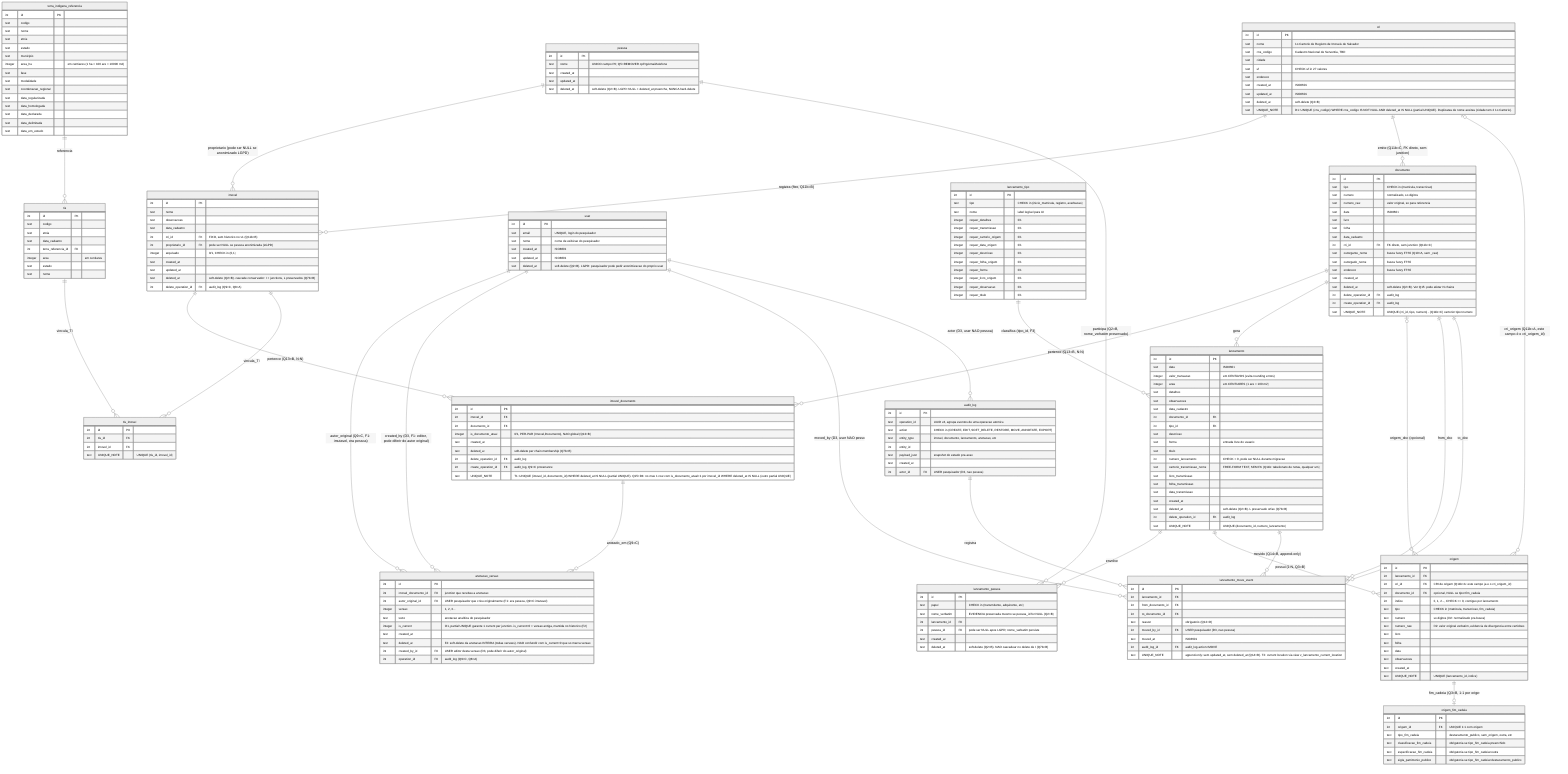
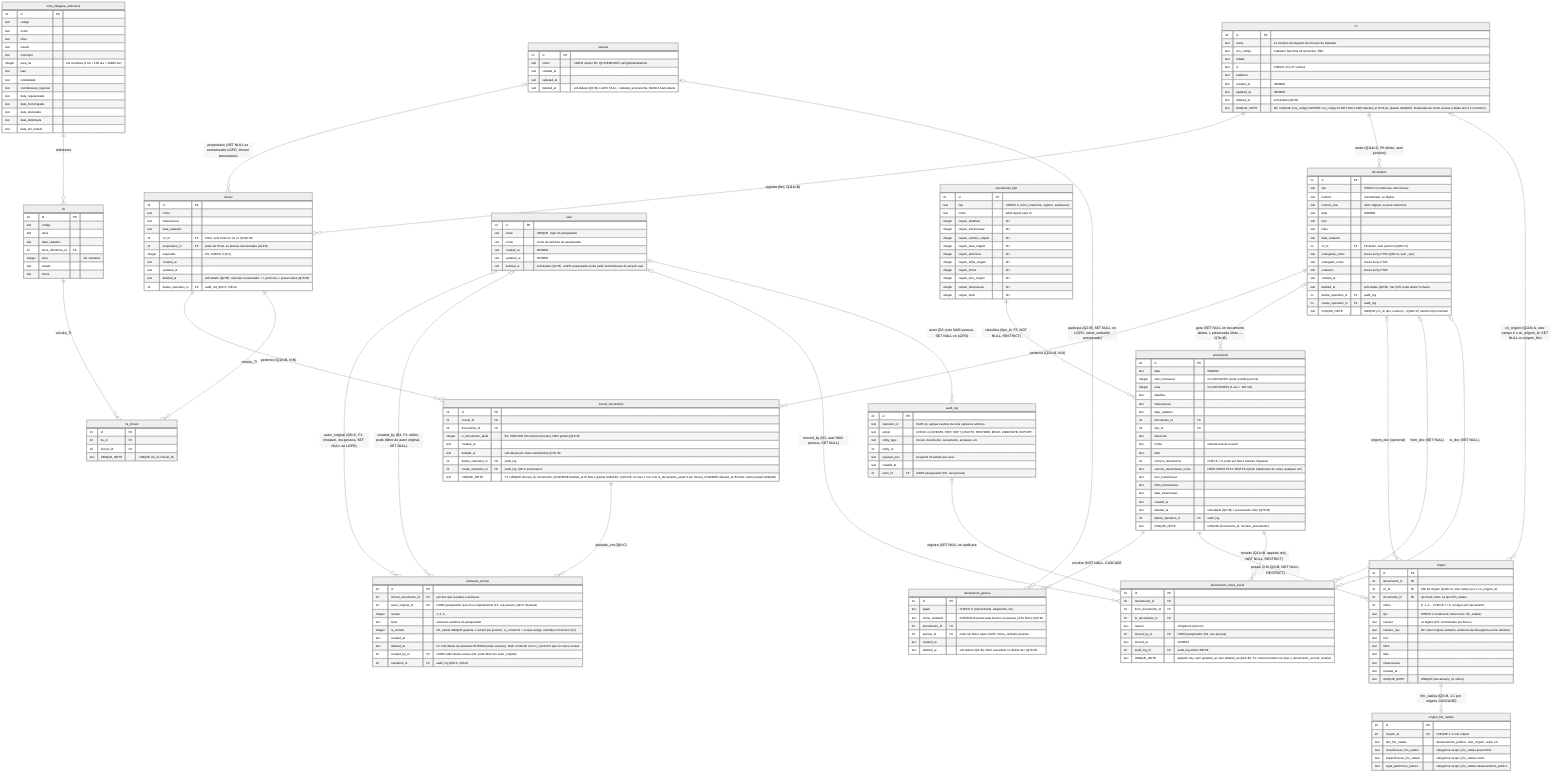
%%{init: {"theme":"neutral","er":{"layoutDirection":"LR","minEntityWidth":180,"minEntityHeight":90,"entityPadding":12},"themeVariables":{"fontSize":"12px"}}}%%
%% ERD v2 — Cadeia Dominial
%% Decisões: ver docs/db/SCHEMA_DECISOES_PENDENTES.md (Q1-Q15, Q11b, D1-D4, T1-T4)
%% Convenções SQLite/D1: TEXT ISO8601 p/ datas, INTEGER 0/1 p/ bool, INTEGER centavos p/ money
%% CHECK constraints vão via migration Drizzle (Mermaid interpreta -- e | em comentários)
%% Soft-delete: deleted_at TEXT NULL em todas as tabelas relevantes (Q2=B)
%% ============================================================================
%% ⚠️ T4 — Mermaid NÃO é schema. UNIQUE_NOTE é só documentação visual.
%%    A versão canônica é a Drizzle migration (T-101). Partial UNIQUE indexes
%%    (`WHERE deleted_at IS NULL`), CHECK constraints, FTS5 sync triggers,
%%    e a view v_lancamento_current_location (T2) NÃO aparecem no .mmd —
%%    aplicar via migration Drizzle + SQL DDL.
%% ============================================================================
erDiagram
    cri ||--o{ imovel : "registra (fixo, Q11b=B)"
    cri ||--o{ documento : "emite (Q11b=C, FK direto, sem junction)"
    imovel ||--o{ imovel_documento : "pertence (Q13=B, N:N)"
    documento ||--o{ imovel_documento : "pertence (Q13=B, N:N)"
    imovel_documento ||--o{ anotacao_versao : "anotado_em (Q9=C)"
-     user ||--o{ anotacao_versao : "autor_original (Q9=C, F1: imutavel, era pessoa)"
-     user ||--o{ anotacao_versao : "created_by (D3, F1: editor, pode diferir do autor original)"
-     user ||--o{ lancamento_move_event : "moved_by (D3, user NAO pessoa)"
-     user ||--o{ audit_log : "actor (D3, user NAO pessoa)"
-     pessoa ||--o{ imovel : "proprietario (pode ser NULL se anonimizado LGPD)"
-     pessoa ||--o{ lancamento_pessoa : "participa (Q2=B, nome_verbatim preservado)"
-     lancamento ||--o{ lancamento_pessoa : "envolve"
-     lancamento_tipo ||--o{ lancamento : "classifica (tipo_id, F3)"
-     documento ||--o{ lancamento : "gera"
+     user o|--o{ anotacao_versao : "autor_original (Q9=C, F1: imutavel, era pessoa, SET NULL on LGPD)"
+     user o|--o{ anotacao_versao : "created_by (D3, F1: editor, pode diferir do autor original, SET NULL)"
+     user o|--o{ lancamento_move_event : "moved_by (D3, user NAO pessoa, SET NULL)"
+     user o|--o{ audit_log : "actor (D3, user NAO pessoa, SET NULL on LGPD)"
+     pessoa o|--o{ imovel : "proprietario (SET NULL se anonimizado LGPD, imovel preservado)"
+     pessoa o|--o{ lancamento_pessoa : "participa (Q2=B, SET NULL on LGPD, nome_verbatim preservado)"
+     lancamento ||--o{ lancamento_pessoa : "envolve (NOT NULL, CASCADE)"
+     lancamento_tipo ||--o{ lancamento : "classifica (tipo_id, F3, NOT NULL, RESTRICT)"
+     documento o|--o{ lancamento : "gera (SET NULL on documento delete, L preservado orfao — Q7b=B)"
    documento o|--o{ origem : "origem_doc (opcional)"
-     lancamento ||--o{ origem : "possui (1:N, Q3=B)"
-     origem ||--o| origem_fim_cadeia : "fim_cadeia (Q3=B, 1:1 por origem)"
-     cri o|--o{ origem : "cri_origem (Q11b=A, este campo é o cri_origem_id)"
-     lancamento ||--o{ lancamento_move_event : "movido (Q14=B, append-only)"
-     documento ||--o{ lancamento_move_event : "from_doc"
-     documento ||--o{ lancamento_move_event : "to_doc"
-     audit_log ||--o{ lancamento_move_event : "registra"
+     lancamento ||--o{ origem : "possui (1:N, Q3=B, NOT NULL, RESTRICT)"
+     origem ||--o| origem_fim_cadeia : "fim_cadeia (Q3=B, 1:1 por origem, CASCADE)"
+     cri o|--o{ origem : "cri_origem (Q11b=A, este campo é o cri_origem_id, SET NULL on origem_fim)"
+     lancamento ||--o{ lancamento_move_event : "movido (Q14=B, append-only, NOT NULL, RESTRICT)"
+     documento o|--o{ lancamento_move_event : "from_doc (SET NULL)"
+     documento o|--o{ lancamento_move_event : "to_doc (SET NULL)"
+     audit_log o|--o{ lancamento_move_event : "registra (SET NULL on audit purge)"
    imovel ||--o{ tis_imovel : "vincula_TI"
    tis ||--o{ tis_imovel : "vincula_TI"
    terra_indigena_referencia ||--o{ tis : "referencia"

    cri {
        int id PK
        text nome "1o Cartorio de Registro de Imoveis de Salvador"
        text cns_codigo "Cadastro Nacional de Serventia, TBD"
        text cidade
        text uf "CHECK uf in 27 valores"
        text endereco
        text created_at "ISO8601"
        text updated_at "ISO8601"
        text deleted_at "soft-delete (Q2=B)"
        text UNIQUE_NOTE "D1: UNIQUE (cns_codigo) WHERE cns_codigo IS NOT NULL AND deleted_at IS NULL (partial UNIQUE). Duplicatas de nome aceitas (cidade tem 2 1o Cartorio)."
    }

    user {
        int id PK
        text email "UNIQUE, login do pesquisador"
        text nome "nome de exibicao do pesquisador"
        text created_at "ISO8601"
        text updated_at "ISO8601"
        text deleted_at "soft-delete (Q2=B). LGPD: pesquisador pode pedir anonimizacao do proprio user"
    }

    pessoa {
        int id PK
        text nome "UNICO campo PII; Q5=REMOVER cpf/rg/email/telefone"
        text created_at
        text updated_at
        text deleted_at "soft-delete (Q2=B). LGPD: NULL + deleted_at preenche, NUNCA hard-delete"
    }

    imovel {
        int id PK
        text nome
        text observacoes
        text data_cadastro
        int cri_id FK "FIXO, sem historico no v1 (Q11b=B)"
        int proprietario_id FK "pode ser NULL se pessoa anonimizada (LGPD)"
        integer arquivado "0/1, CHECK in (0,1)"
        text created_at
        text updated_at
        text deleted_at "soft-delete (Q2=B). cascade conservador: I + junctions, L preservados (Q7b=B)"
        int delete_operation_id FK "audit_log (Q9=C, Q8=A)"
    }

    imovel_documento {
        int id PK
        int imovel_id FK
        int documento_id FK
        integer is_documento_atual "0/1, PER-PAR (Imovel,Documento), NAO global (Q13=B)"
        text created_at
        text deleted_at "soft-delete per chain membership (Q7b=B)"
        int delete_operation_id FK "audit_log"
        int create_operation_id FK "audit_log, Q9=C provenance"
        text UNIQUE_NOTE "T1: UNIQUE (imovel_id, documento_id) WHERE deleted_at IS NULL (partial UNIQUE). Q15=D4: no max 1 row com is_documento_atual=1 por imovel_id WHERE deleted_at IS NULL (outro partial UNIQUE)"
    }

    documento {
        int id PK
        text tipo "CHECK in (matricula, transcricao)"
        text numero "normalizado, so digitos"
        text numero_raw "valor original, so para referencia"
        text data "ISO8601"
        text livro
        text folha
        text data_cadastro
        int cri_id FK "FK direto, sem junction (Q11b=C)"
        text outorgante_nome "busca fuzzy FTS5 (Q10=A, sem _raw)"
        text outorgado_nome "busca fuzzy FTS5"
        text endereco "busca fuzzy FTS5"
        text created_at
        text deleted_at "soft-delete (Q2=B). Ver Q15: pode afetar N chains"
        int delete_operation_id FK "audit_log"
        int create_operation_id FK "audit_log"
        text UNIQUE_NOTE "UNIQUE (cri_id, tipo, numero) - (Q11b=C) cartorio+tipo+numero"
    }

    lancamento_tipo {
        int id PK
        text tipo "CHECK in (inicio_matricula, registro, averbacao)"
        text nome "label legivel para UI"
        integer requer_detalhes "0/1"
        integer requer_transmissao "0/1"
        integer requer_cartorio_origem "0/1"
        integer requer_data_origem "0/1"
        integer requer_descricao "0/1"
        integer requer_folha_origem "0/1"
        integer requer_forma "0/1"
        integer requer_livro_origem "0/1"
        integer requer_observacao "0/1"
        integer requer_titulo "0/1"
    }

    lancamento {
        int id PK
        text data "ISO8601"
        integer valor_transacao "em CENTAVOS (evita rounding errors)"
        integer area "em CENTIARES (1 are = 100 m2)"
        text detalhes
        text observacoes
        text data_cadastro
        int documento_id FK
        int tipo_id FK
        text descricao
        text forma "entrada livre do usuario"
        text titulo
        int numero_lancamento "CHECK > 0, pode ser NULL durante migracao"
        text cartorio_transmissao_nome "FREE-FORM TEXT, SEM FK (Q11b: tabelionato de notas, qualquer um)"
        text livro_transmissao
        text folha_transmissao
        text data_transmissao
        text created_at
        text deleted_at "soft-delete (Q2=B). L preservado orfao (Q7b=B)"
        int delete_operation_id FK "audit_log"
        text UNIQUE_NOTE "UNIQUE (documento_id, numero_lancamento)"
    }

    lancamento_pessoa {
        int id PK
        text papel "CHECK in (transmitente, adquirente, etc)"
        text nome_verbatim "EVIDENCIA preservada mesmo se pessoa_id for NULL (Q2=B)"
        int lancamento_id FK
        int pessoa_id FK "pode ser NULL apos LGPD; nome_verbatim persiste"
        text created_at
        text deleted_at "soft-delete (Q2=B). NAO cascadear no delete de I (Q7b=B)"
    }

    origem {
        int id PK
        int lancamento_id FK
        int cri_id FK "CRI de origem (Q11b=A: este campo ja e o cri_origem_id)"
        int documento_id FK "opcional, NULL se tipo=fim_cadeia"
        int indice "0, 1, 2..., CHECK >= 0, contiguo por lancamento"
        text tipo "CHECK in (matricula, transcricao, fim_cadeia)"
        text numero "so digitos (D2: normalizado pra busca)"
        text numero_raw "D2: valor original verbatim, evidencia de divergencia entre certidoes"
        text livro
        text folha
        text data
        text observacoes
        text created_at
        text UNIQUE_NOTE "UNIQUE (lancamento_id, indice)"
    }

    origem_fim_cadeia {
        int id PK
        int origem_id FK "UNIQUE 1:1 com origem"
        text tipo_fim_cadeia "destacamento_publico, sem_origem, outra, etc"
        text classificacao_fim_cadeia "obrigatoria se tipo_fim_cadeia preenchido"
        text especificacao_fim_cadeia "obrigatoria se tipo_fim_cadeia=outra"
        text sigla_patrimonio_publico "obrigatoria se tipo_fim_cadeia=destacamento_publico"
    }

    anotacao_versao {
        int id PK
        int imovel_documento_id FK "junction que recebeu a anotacao"
        int autor_original_id FK "USER pesquisador que criou originalmente (F1: era pessoa, Q9=C imutavel)"
        integer versao "1, 2, 3..."
        text texto "anotacao analitica do pesquisador"
        integer is_current "0/1, partial UNIQUE garante 1 current per junction. is_current=0 = versao antiga, mantida no historico (F2)"
        text created_at
        text deleted_at "F2: soft-delete da anotacao INTEIRA (todas versoes). NAO confundir com is_current=0 que so marca versao"
        int created_by_id FK "USER editor desta versao (D3, pode diferir do autor_original)"
        int operation_id FK "audit_log (Q9=C, Q8=A)"
    }

    lancamento_move_event {
        int id PK
        int lancamento_id FK
        int from_documento_id FK
        int to_documento_id FK
        text reason "obrigatorio (Q12=D)"
        int moved_by_id FK "USER pesquisador (D3, nao pessoa)"
        text moved_at "ISO8601"
        int audit_log_id FK "audit_log.action=MOVE"
        text UNIQUE_NOTE "append-only: sem updated_at, sem deleted_at (Q14=B). T2: current location via view v_lancamento_current_location"
    }

    audit_log {
        int id PK
        text operation_id "UUID v4, agrupa eventos de uma operacao atomica"
        text action "CHECK in (CREATE, EDIT, SOFT_DELETE, RESTORE, MOVE, ANNOTATE, EXPORT)"
        text entity_type "imovel, documento, lancamento, anotacao, etc"
        int entity_id
        text payload_json "snapshot do estado pre-acao"
        text created_at
        int actor_id FK "USER pesquisador (D3, nao pessoa)"
    }

    tis {
        int id PK
        text codigo
        text etnia
        text data_cadastro
        int terra_referencia_id FK
        integer area "em centiares"
        text estado
        text nome
    }

    tis_imovel {
        int id PK
        int tis_id FK
        int imovel_id FK
        text UNIQUE_NOTE "UNIQUE (tis_id, imovel_id)"
    }

    terra_indigena_referencia {
        int id PK
        text codigo
        text nome
        text etnia
        text estado
        text municipio
        integer area_ha "em centiares (1 ha = 100 are = 10000 m2)"
        text fase
        text modalidade
        text coordenacao_regional
        text data_regularizada
        text data_homologada
        text data_declarada
        text data_delimitada
        text data_em_estudo
    }
